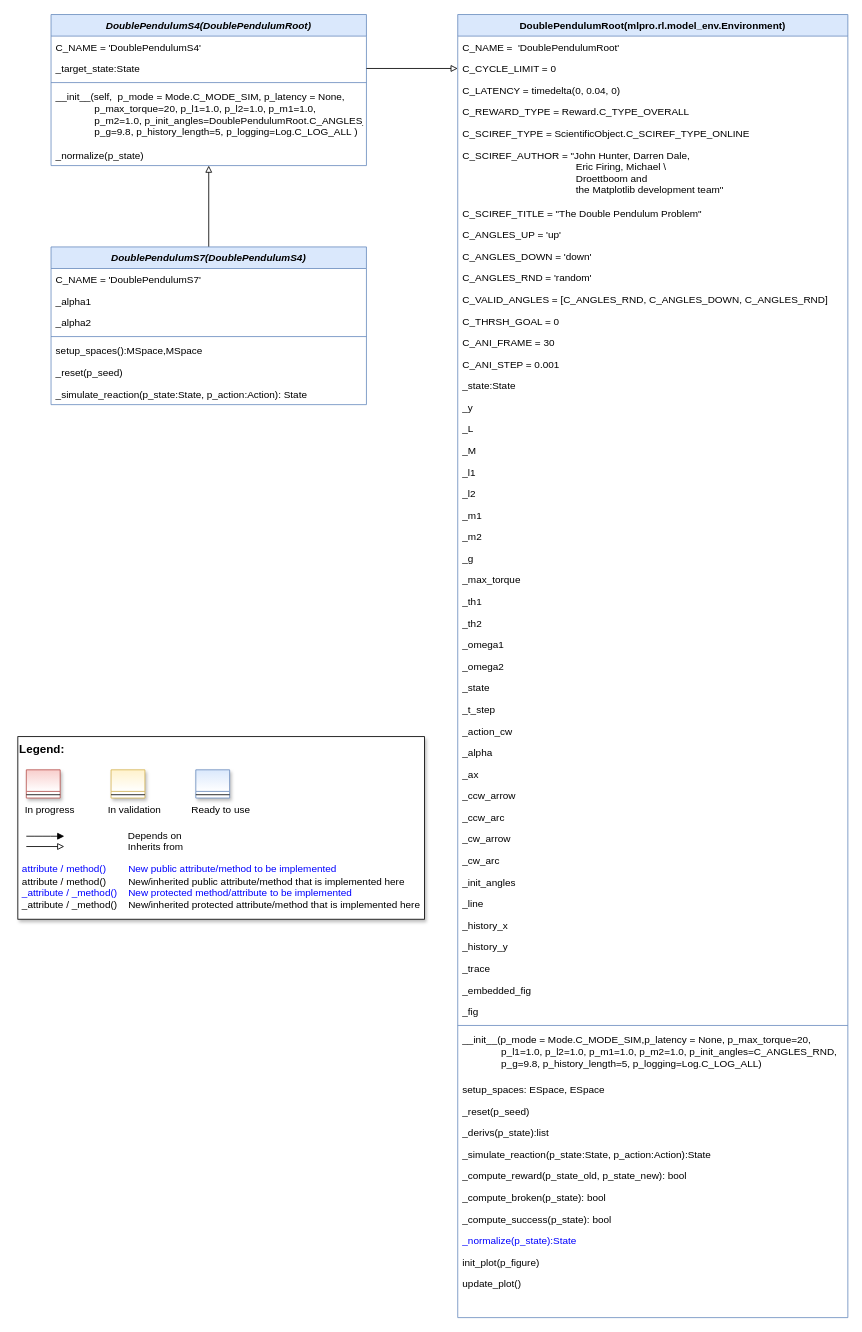
The draw.io diagram doc/rtd/content/append2/pool/rl/images/MPro-RL-DoublePendulum-class-diagram.drawio in fhswf/MLPro, before the edit. Source tidied: cells renumbered, new cells numbered last; positions are measured from the earlier drawing's top-left corner, leaving out a move shared by most shapes. Both pictures are drawn from the tidied source at 83%, with x=0, y=0 at pixel (17, 14).
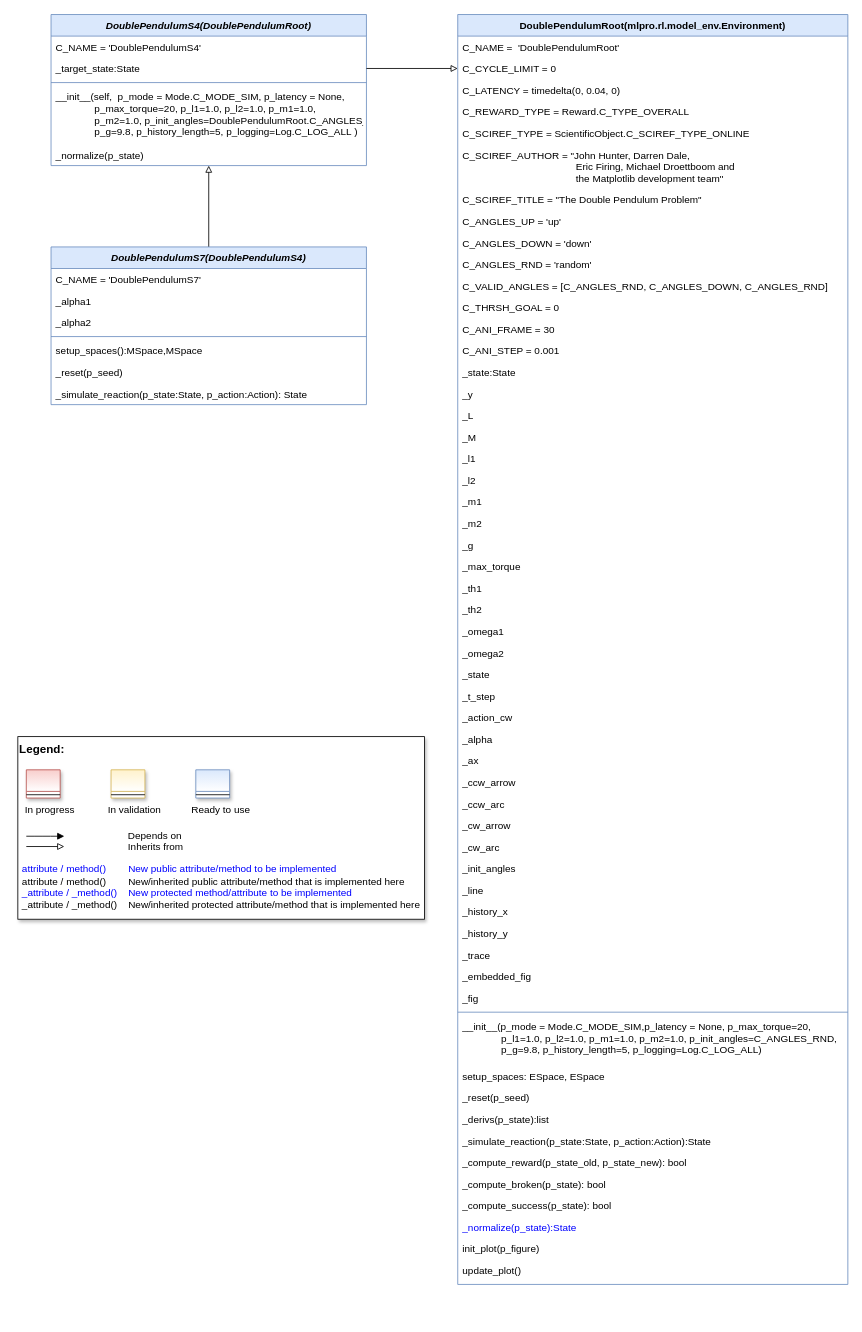
After the change.

Commit message (it also covers changes not shown here):
class dia

Diff of the diagram source:
```diff
@@
     <mxCell id="2" value="DoublePendulumRoot(mlpro.rl.model_env.Environment)" style="swimlane;fontStyle=1;align=center;verticalAlign=top;horizontal=1;startSize=26;rounded=0;shadow=0;strokeWidth=1;fillColor=#dae8fc;strokeColor=#6c8ebf;" parent="1" vertex="1">
-      <mxGeometry x="530" width="470" height="1570" as="geometry" />
+      <mxGeometry x="530" width="470" height="1530" as="geometry" />
     </mxCell>
@@
-    <mxCell id="8" value="C_SCIREF_AUTHOR = &quot;John Hunter, Darren Dale, &#10;                                         Eric Firing, Michael \&#10;                                         Droettboom and &#10;                                         the Matplotlib development team&quot;" style="text;align=left;verticalAlign=top;spacingLeft=4;spacingRight=4;overflow=hidden;rounded=0;shadow=0;html=0;" parent="2" vertex="1">
-      <mxGeometry y="156" width="470" height="70" as="geometry" />
+    <mxCell id="8" value="C_SCIREF_AUTHOR = &quot;John Hunter, Darren Dale, &#10;                                         Eric Firing, Michael Droettboom and &#10;                                         the Matplotlib development team&quot;" style="text;align=left;verticalAlign=top;spacingLeft=4;spacingRight=4;overflow=hidden;rounded=0;shadow=0;html=0;" parent="2" vertex="1">
+      <mxGeometry y="156" width="470" height="54" as="geometry" />
     </mxCell>
     <mxCell id="9" value="C_SCIREF_TITLE = &quot;The Double Pendulum Problem&quot;&#10;" style="text;align=left;verticalAlign=top;spacingLeft=4;spacingRight=4;overflow=hidden;rounded=0;shadow=0;html=0;" parent="2" vertex="1">
-      <mxGeometry y="226" width="470" height="26" as="geometry" />
+      <mxGeometry y="210" width="470" height="26" as="geometry" />
     </mxCell>
     <mxCell id="10" value="C_ANGLES_UP = 'up'&#10;" style="text;align=left;verticalAlign=top;spacingLeft=4;spacingRight=4;overflow=hidden;rounded=0;shadow=0;html=0;" parent="2" vertex="1">
-      <mxGeometry y="252" width="470" height="26" as="geometry" />
+      <mxGeometry y="236" width="470" height="26" as="geometry" />
     </mxCell>
     <mxCell id="11" value="C_ANGLES_DOWN = 'down'&#10;" style="text;align=left;verticalAlign=top;spacingLeft=4;spacingRight=4;overflow=hidden;rounded=0;shadow=0;html=0;" parent="2" vertex="1">
-      <mxGeometry y="278" width="470" height="26" as="geometry" />
+      <mxGeometry y="262" width="470" height="26" as="geometry" />
     </mxCell>
     <mxCell id="12" value="C_ANGLES_RND = 'random'&#10;" style="text;align=left;verticalAlign=top;spacingLeft=4;spacingRight=4;overflow=hidden;rounded=0;shadow=0;html=0;" parent="2" vertex="1">
-      <mxGeometry y="304" width="470" height="26" as="geometry" />
+      <mxGeometry y="288" width="470" height="26" as="geometry" />
     </mxCell>
     <mxCell id="13" value="C_VALID_ANGLES = [C_ANGLES_RND, C_ANGLES_DOWN, C_ANGLES_RND]&#10;" style="text;align=left;verticalAlign=top;spacingLeft=4;spacingRight=4;overflow=hidden;rounded=0;shadow=0;html=0;" parent="2" vertex="1">
-      <mxGeometry y="330" width="470" height="26" as="geometry" />
+      <mxGeometry y="314" width="470" height="26" as="geometry" />
     </mxCell>
     <mxCell id="14" value="C_THRSH_GOAL = 0" style="text;align=left;verticalAlign=top;spacingLeft=4;spacingRight=4;overflow=hidden;rounded=0;shadow=0;html=0;" parent="2" vertex="1">
-      <mxGeometry y="356" width="470" height="26" as="geometry" />
+      <mxGeometry y="340" width="470" height="26" as="geometry" />
     </mxCell>
     <mxCell id="15" value="C_ANI_FRAME = 30" style="text;align=left;verticalAlign=top;spacingLeft=4;spacingRight=4;overflow=hidden;rounded=0;shadow=0;html=0;" parent="2" vertex="1">
-      <mxGeometry y="382" width="470" height="26" as="geometry" />
+      <mxGeometry y="366" width="470" height="26" as="geometry" />
     </mxCell>
     <mxCell id="16" value="C_ANI_STEP = 0.001" style="text;align=left;verticalAlign=top;spacingLeft=4;spacingRight=4;overflow=hidden;rounded=0;shadow=0;html=0;" parent="2" vertex="1">
-      <mxGeometry y="408" width="470" height="26" as="geometry" />
+      <mxGeometry y="392" width="470" height="26" as="geometry" />
     </mxCell>
     <mxCell id="17" value="_state:State" style="text;align=left;verticalAlign=top;spacingLeft=4;spacingRight=4;overflow=hidden;rounded=0;shadow=0;html=0;" parent="2" vertex="1">
-      <mxGeometry y="434" width="470" height="26" as="geometry" />
+      <mxGeometry y="418" width="470" height="26" as="geometry" />
     </mxCell>
     <mxCell id="18" value="_y" style="text;align=left;verticalAlign=top;spacingLeft=4;spacingRight=4;overflow=hidden;rounded=0;shadow=0;html=0;" parent="2" vertex="1">
-      <mxGeometry y="460" width="470" height="26" as="geometry" />
+      <mxGeometry y="444" width="470" height="26" as="geometry" />
     </mxCell>
     <mxCell id="19" value="_L" style="text;align=left;verticalAlign=top;spacingLeft=4;spacingRight=4;overflow=hidden;rounded=0;shadow=0;html=0;" parent="2" vertex="1">
-      <mxGeometry y="486" width="470" height="26" as="geometry" />
+      <mxGeometry y="470" width="470" height="26" as="geometry" />
     </mxCell>
     <mxCell id="20" value="_M" style="text;align=left;verticalAlign=top;spacingLeft=4;spacingRight=4;overflow=hidden;rounded=0;shadow=0;html=0;" parent="2" vertex="1">
-      <mxGeometry y="512" width="470" height="26" as="geometry" />
+      <mxGeometry y="496" width="470" height="26" as="geometry" />
     </mxCell>
     <mxCell id="21" value="_l1" style="text;align=left;verticalAlign=top;spacingLeft=4;spacingRight=4;overflow=hidden;rounded=0;shadow=0;html=0;" parent="2" vertex="1">
-      <mxGeometry y="538" width="470" height="26" as="geometry" />
+      <mxGeometry y="522" width="470" height="26" as="geometry" />
     </mxCell>
     <mxCell id="22" value="_l2" style="text;align=left;verticalAlign=top;spacingLeft=4;spacingRight=4;overflow=hidden;rounded=0;shadow=0;html=0;" parent="2" vertex="1">
-      <mxGeometry y="564" width="470" height="26" as="geometry" />
+      <mxGeometry y="548" width="470" height="26" as="geometry" />
     </mxCell>
     <mxCell id="23" value="_m1" style="text;align=left;verticalAlign=top;spacingLeft=4;spacingRight=4;overflow=hidden;rounded=0;shadow=0;html=0;" parent="2" vertex="1">
-      <mxGeometry y="590" width="470" height="26" as="geometry" />
+      <mxGeometry y="574" width="470" height="26" as="geometry" />
     </mxCell>
     <mxCell id="24" value="_m2" style="text;align=left;verticalAlign=top;spacingLeft=4;spacingRight=4;overflow=hidden;rounded=0;shadow=0;html=0;" parent="2" vertex="1">
-      <mxGeometry y="616" width="470" height="26" as="geometry" />
+      <mxGeometry y="600" width="470" height="26" as="geometry" />
     </mxCell>
     <mxCell id="25" value="_g" style="text;align=left;verticalAlign=top;spacingLeft=4;spacingRight=4;overflow=hidden;rounded=0;shadow=0;html=0;" parent="2" vertex="1">
-      <mxGeometry y="642" width="470" height="26" as="geometry" />
+      <mxGeometry y="626" width="470" height="26" as="geometry" />
     </mxCell>
     <mxCell id="26" value="_max_torque" style="text;align=left;verticalAlign=top;spacingLeft=4;spacingRight=4;overflow=hidden;rounded=0;shadow=0;html=0;" parent="2" vertex="1">
-      <mxGeometry y="668" width="470" height="26" as="geometry" />
+      <mxGeometry y="652" width="470" height="26" as="geometry" />
     </mxCell>
     <mxCell id="27" value="_th1" style="text;align=left;verticalAlign=top;spacingLeft=4;spacingRight=4;overflow=hidden;rounded=0;shadow=0;html=0;" parent="2" vertex="1">
-      <mxGeometry y="694" width="470" height="26" as="geometry" />
+      <mxGeometry y="678" width="470" height="26" as="geometry" />
     </mxCell>
     <mxCell id="28" value="_th2" style="text;align=left;verticalAlign=top;spacingLeft=4;spacingRight=4;overflow=hidden;rounded=0;shadow=0;html=0;" parent="2" vertex="1">
-      <mxGeometry y="720" width="470" height="26" as="geometry" />
+      <mxGeometry y="704" width="470" height="26" as="geometry" />
     </mxCell>
     <mxCell id="29" value="_omega1" style="text;align=left;verticalAlign=top;spacingLeft=4;spacingRight=4;overflow=hidden;rounded=0;shadow=0;html=0;" parent="2" vertex="1">
-      <mxGeometry y="746" width="470" height="26" as="geometry" />
+      <mxGeometry y="730" width="470" height="26" as="geometry" />
     </mxCell>
     <mxCell id="30" value="_omega2" style="text;align=left;verticalAlign=top;spacingLeft=4;spacingRight=4;overflow=hidden;rounded=0;shadow=0;html=0;" parent="2" vertex="1">
-      <mxGeometry y="772" width="470" height="26" as="geometry" />
+      <mxGeometry y="756" width="470" height="26" as="geometry" />
     </mxCell>
     <mxCell id="31" value="_state" style="text;align=left;verticalAlign=top;spacingLeft=4;spacingRight=4;overflow=hidden;rounded=0;shadow=0;html=0;" parent="2" vertex="1">
-      <mxGeometry y="798" width="470" height="26" as="geometry" />
+      <mxGeometry y="782" width="470" height="26" as="geometry" />
     </mxCell>
     <mxCell id="32" value="_t_step" style="text;align=left;verticalAlign=top;spacingLeft=4;spacingRight=4;overflow=hidden;rounded=0;shadow=0;html=0;" parent="2" vertex="1">
-      <mxGeometry y="824" width="470" height="26" as="geometry" />
+      <mxGeometry y="808" width="470" height="26" as="geometry" />
     </mxCell>
     <mxCell id="33" value="_action_cw" style="text;align=left;verticalAlign=top;spacingLeft=4;spacingRight=4;overflow=hidden;rounded=0;shadow=0;html=0;" parent="2" vertex="1">
-      <mxGeometry y="850" width="470" height="26" as="geometry" />
+      <mxGeometry y="834" width="470" height="26" as="geometry" />
     </mxCell>
     <mxCell id="34" value="_alpha" style="text;align=left;verticalAlign=top;spacingLeft=4;spacingRight=4;overflow=hidden;rounded=0;shadow=0;html=0;" parent="2" vertex="1">
-      <mxGeometry y="876" width="470" height="26" as="geometry" />
+      <mxGeometry y="860" width="470" height="26" as="geometry" />
     </mxCell>
     <mxCell id="35" value="_ax" style="text;align=left;verticalAlign=top;spacingLeft=4;spacingRight=4;overflow=hidden;rounded=0;shadow=0;html=0;" parent="2" vertex="1">
-      <mxGeometry y="902" width="470" height="26" as="geometry" />
+      <mxGeometry y="886" width="470" height="26" as="geometry" />
     </mxCell>
     <mxCell id="36" value="_ccw_arrow" style="text;align=left;verticalAlign=top;spacingLeft=4;spacingRight=4;overflow=hidden;rounded=0;shadow=0;html=0;" parent="2" vertex="1">
-      <mxGeometry y="928" width="470" height="26" as="geometry" />
+      <mxGeometry y="912" width="470" height="26" as="geometry" />
     </mxCell>
     <mxCell id="37" value="_ccw_arc" style="text;align=left;verticalAlign=top;spacingLeft=4;spacingRight=4;overflow=hidden;rounded=0;shadow=0;html=0;" parent="2" vertex="1">
-      <mxGeometry y="954" width="470" height="26" as="geometry" />
+      <mxGeometry y="938" width="470" height="26" as="geometry" />
     </mxCell>
     <mxCell id="38" value="_cw_arrow" style="text;align=left;verticalAlign=top;spacingLeft=4;spacingRight=4;overflow=hidden;rounded=0;shadow=0;html=0;" parent="2" vertex="1">
-      <mxGeometry y="980" width="470" height="26" as="geometry" />
+      <mxGeometry y="964" width="470" height="26" as="geometry" />
     </mxCell>
     <mxCell id="39" value="_cw_arc" style="text;align=left;verticalAlign=top;spacingLeft=4;spacingRight=4;overflow=hidden;rounded=0;shadow=0;html=0;" parent="2" vertex="1">
-      <mxGeometry y="1006" width="470" height="26" as="geometry" />
+      <mxGeometry y="990" width="470" height="26" as="geometry" />
     </mxCell>
     <mxCell id="40" value="_init_angles" style="text;align=left;verticalAlign=top;spacingLeft=4;spacingRight=4;overflow=hidden;rounded=0;shadow=0;html=0;" parent="2" vertex="1">
-      <mxGeometry y="1032" width="470" height="26" as="geometry" />
+      <mxGeometry y="1016" width="470" height="26" as="geometry" />
     </mxCell>
     <mxCell id="41" value="_line" style="text;align=left;verticalAlign=top;spacingLeft=4;spacingRight=4;overflow=hidden;rounded=0;shadow=0;html=0;" parent="2" vertex="1">
-      <mxGeometry y="1058" width="470" height="26" as="geometry" />
+      <mxGeometry y="1042" width="470" height="26" as="geometry" />
     </mxCell>
     <mxCell id="42" value="_history_x" style="text;align=left;verticalAlign=top;spacingLeft=4;spacingRight=4;overflow=hidden;rounded=0;shadow=0;html=0;" parent="2" vertex="1">
-      <mxGeometry y="1084" width="470" height="26" as="geometry" />
+      <mxGeometry y="1068" width="470" height="26" as="geometry" />
     </mxCell>
     <mxCell id="43" value="_history_y" style="text;align=left;verticalAlign=top;spacingLeft=4;spacingRight=4;overflow=hidden;rounded=0;shadow=0;html=0;" parent="2" vertex="1">
-      <mxGeometry y="1110" width="470" height="26" as="geometry" />
+      <mxGeometry y="1094" width="470" height="26" as="geometry" />
     </mxCell>
     <mxCell id="44" value="_trace" style="text;align=left;verticalAlign=top;spacingLeft=4;spacingRight=4;overflow=hidden;rounded=0;shadow=0;html=0;" parent="2" vertex="1">
-      <mxGeometry y="1136" width="470" height="26" as="geometry" />
+      <mxGeometry y="1120" width="470" height="26" as="geometry" />
     </mxCell>
     <mxCell id="45" value="_embedded_fig" style="text;align=left;verticalAlign=top;spacingLeft=4;spacingRight=4;overflow=hidden;rounded=0;shadow=0;html=0;" parent="2" vertex="1">
-      <mxGeometry y="1162" width="470" height="26" as="geometry" />
+      <mxGeometry y="1146" width="470" height="26" as="geometry" />
     </mxCell>
     <mxCell id="46" value="_fig" style="text;align=left;verticalAlign=top;spacingLeft=4;spacingRight=4;overflow=hidden;rounded=0;shadow=0;html=0;" parent="2" vertex="1">
-      <mxGeometry y="1188" width="470" height="26" as="geometry" />
+      <mxGeometry y="1172" width="470" height="26" as="geometry" />
     </mxCell>
     <mxCell id="47" style="line;html=1;strokeWidth=1;align=left;verticalAlign=middle;spacingTop=-1;spacingLeft=3;spacingRight=3;labelPosition=right;fillColor=#dae8fc;strokeColor=#6c8ebf;" parent="2" vertex="1">
-      <mxGeometry y="1214" width="470" height="8" as="geometry" />
+      <mxGeometry y="1198" width="470" height="8" as="geometry" />
     </mxCell>
     <mxCell id="48" value="__init__(p_mode = Mode.C_MODE_SIM,p_latency = None, p_max_torque=20, &#10;              p_l1=1.0, p_l2=1.0, p_m1=1.0, p_m2=1.0, p_init_angles=C_ANGLES_RND, &#10;              p_g=9.8, p_history_length=5, p_logging=Log.C_LOG_ALL)   " style="text;align=left;verticalAlign=top;spacingLeft=4;spacingRight=4;overflow=hidden;labelBackgroundColor=none;" parent="2" vertex="1">
-      <mxGeometry y="1222" width="470" height="60" as="geometry" />
+      <mxGeometry y="1206" width="470" height="60" as="geometry" />
     </mxCell>
     <mxCell id="49" value="setup_spaces: ESpace, ESpace" style="text;align=left;verticalAlign=top;spacingLeft=4;spacingRight=4;overflow=hidden;" parent="2" vertex="1">
-      <mxGeometry y="1282" width="470" height="26" as="geometry" />
+      <mxGeometry y="1266" width="470" height="26" as="geometry" />
     </mxCell>
     <mxCell id="50" value="_reset(p_seed)" style="text;align=left;verticalAlign=top;spacingLeft=4;spacingRight=4;overflow=hidden;" parent="2" vertex="1">
-      <mxGeometry y="1308" width="470" height="26" as="geometry" />
+      <mxGeometry y="1292" width="470" height="26" as="geometry" />
     </mxCell>
     <mxCell id="51" value="_derivs(p_state):list" style="text;align=left;verticalAlign=top;spacingLeft=4;spacingRight=4;overflow=hidden;" parent="2" vertex="1">
-      <mxGeometry y="1334" width="470" height="26" as="geometry" />
+      <mxGeometry y="1318" width="470" height="26" as="geometry" />
     </mxCell>
     <mxCell id="52" value="_simulate_reaction(p_state:State, p_action:Action):State" style="text;align=left;verticalAlign=top;spacingLeft=4;spacingRight=4;overflow=hidden;" parent="2" vertex="1">
-      <mxGeometry y="1360" width="470" height="26" as="geometry" />
+      <mxGeometry y="1344" width="470" height="26" as="geometry" />
     </mxCell>
     <mxCell id="53" value="_compute_reward(p_state_old, p_state_new): bool" style="text;align=left;verticalAlign=top;spacingLeft=4;spacingRight=4;overflow=hidden;" parent="2" vertex="1">
-      <mxGeometry y="1386" width="470" height="26" as="geometry" />
+      <mxGeometry y="1370" width="470" height="26" as="geometry" />
     </mxCell>
     <mxCell id="54" value="_compute_broken(p_state): bool" style="text;align=left;verticalAlign=top;spacingLeft=4;spacingRight=4;overflow=hidden;" parent="2" vertex="1">
-      <mxGeometry y="1412" width="470" height="26" as="geometry" />
+      <mxGeometry y="1396" width="470" height="26" as="geometry" />
     </mxCell>
     <mxCell id="55" value="_compute_success(p_state): bool" style="text;align=left;verticalAlign=top;spacingLeft=4;spacingRight=4;overflow=hidden;" parent="2" vertex="1">
-      <mxGeometry y="1438" width="470" height="26" as="geometry" />
+      <mxGeometry y="1422" width="470" height="26" as="geometry" />
     </mxCell>
     <mxCell id="56" value="_normalize(p_state):State" style="text;align=left;verticalAlign=top;spacingLeft=4;spacingRight=4;overflow=hidden;fontColor=#0000FF;" parent="2" vertex="1">
-      <mxGeometry y="1464" width="470" height="26" as="geometry" />
+      <mxGeometry y="1448" width="470" height="26" as="geometry" />
     </mxCell>
     <mxCell id="57" value="init_plot(p_figure)" style="text;align=left;verticalAlign=top;spacingLeft=4;spacingRight=4;overflow=hidden;" parent="2" vertex="1">
-      <mxGeometry y="1490" width="470" height="26" as="geometry" />
+      <mxGeometry y="1474" width="470" height="26" as="geometry" />
     </mxCell>
     <mxCell id="58" value="update_plot()" style="text;align=left;verticalAlign=top;spacingLeft=4;spacingRight=4;overflow=hidden;" parent="2" vertex="1">
-      <mxGeometry y="1516" width="470" height="26" as="geometry" />
+      <mxGeometry y="1500" width="470" height="26" as="geometry" />
     </mxCell>
```
